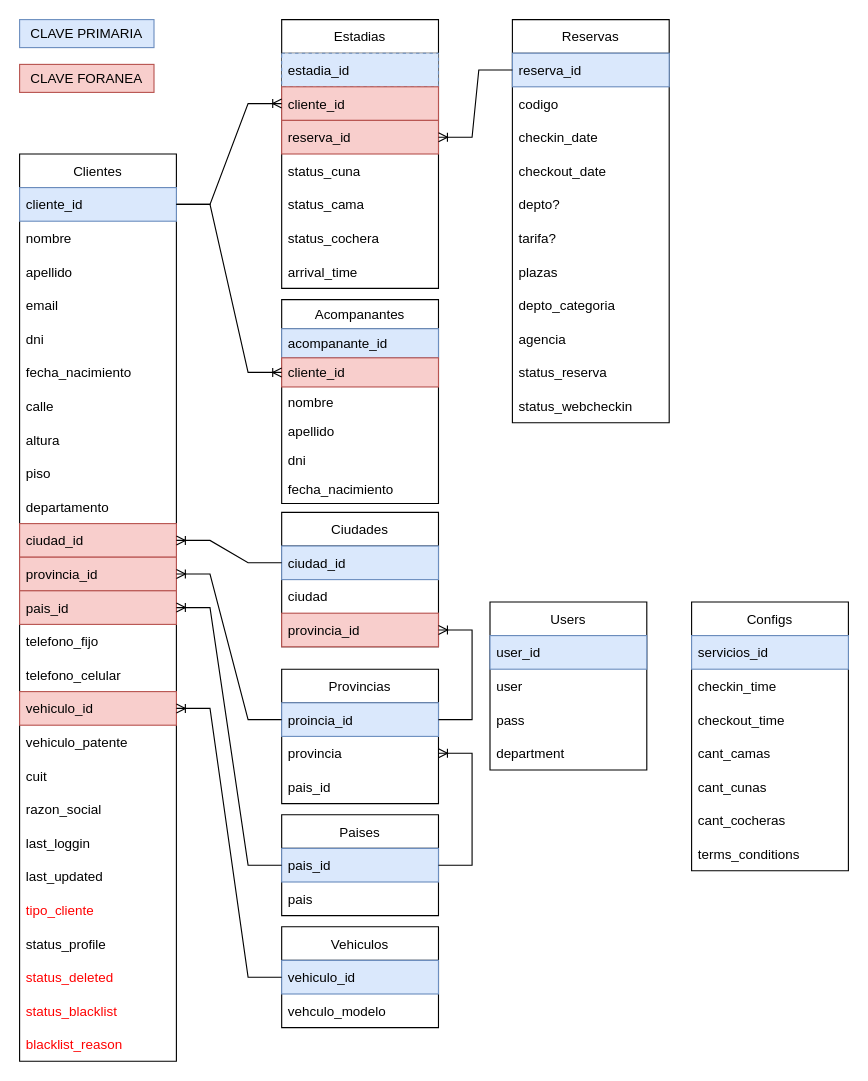
Earlier version of the draw.io diagram page "DB" (1 of 6) of web-checkin/hotel-web-checkin.drawio (danielo101/db-diagrams). Source tidied: cells renumbered, new cells numbered last; positions are measured from the earlier drawing's top-left corner, leaving out a move shared by most shapes. Both pictures are drawn from the tidied source at 112%, with x=0, y=0 at pixel (19, 19).
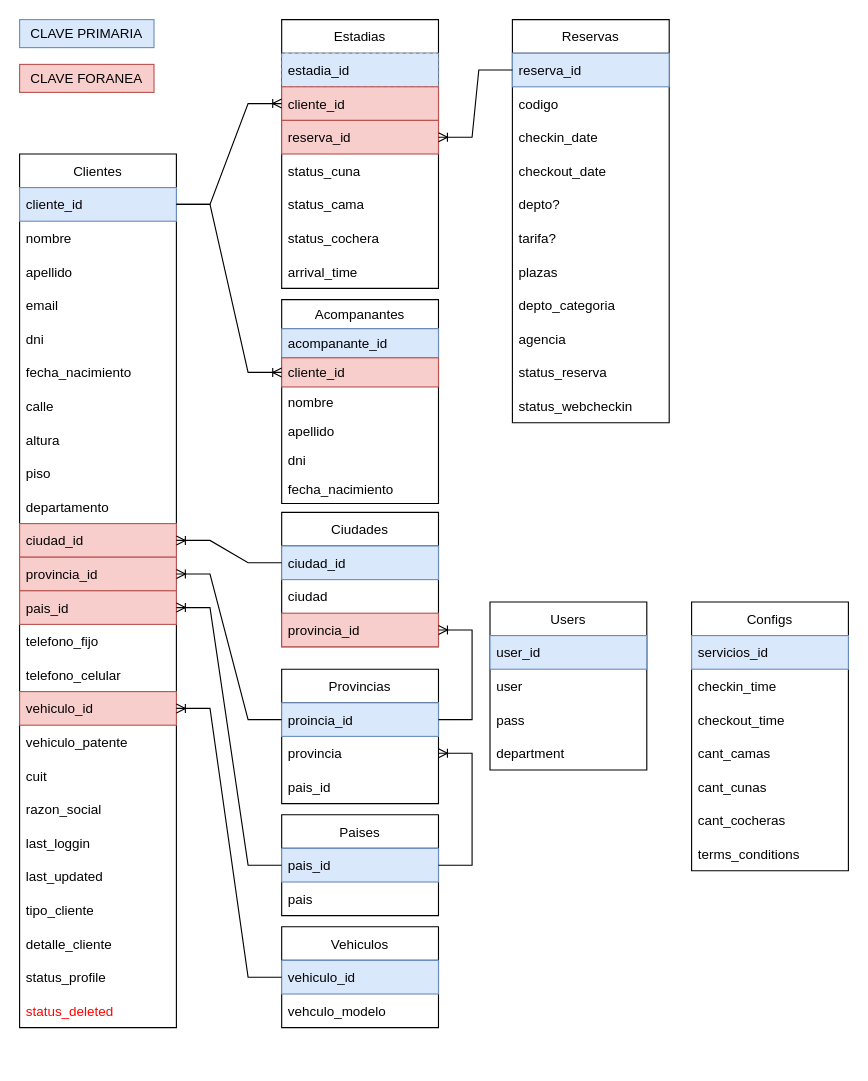
The same diagram, later.

Diff of the diagram source:
```diff
@@
     <mxCell id="19" value="Clientes" style="swimlane;fontStyle=0;horizontal=1;startSize=30;" parent="1" vertex="1">
-      <mxGeometry y="120" width="140" height="810" as="geometry" />
+      <mxGeometry y="120" width="140" height="780" as="geometry" />
     </mxCell>
@@
-    <mxCell id="41" value="tipo_cliente" style="text;strokeColor=none;fillColor=none;align=left;verticalAlign=middle;spacingLeft=4;spacingRight=4;overflow=hidden;fontColor=#FF0000;" parent="19" vertex="1">
+    <mxCell id="41" value="tipo_cliente" style="text;strokeColor=none;fillColor=none;align=left;verticalAlign=middle;spacingLeft=4;spacingRight=4;overflow=hidden;fontColor=#000000;" parent="19" vertex="1">
       <mxGeometry y="660" width="140" height="30" as="geometry" />
     </mxCell>
+    <mxCell id="45" value="detalle_cliente" style="text;strokeColor=none;fillColor=none;align=left;verticalAlign=middle;spacingLeft=4;spacingRight=4;overflow=hidden;fontColor=#000000;" parent="19" vertex="1">
+      <mxGeometry y="690" width="140" height="30" as="geometry" />
+    </mxCell>
     <mxCell id="42" value="status_profile" style="text;strokeColor=none;fillColor=none;align=left;verticalAlign=middle;spacingLeft=4;spacingRight=4;overflow=hidden;fontColor=#000000;" parent="19" vertex="1">
-      <mxGeometry y="690" width="140" height="30" as="geometry" />
+      <mxGeometry y="720" width="140" height="30" as="geometry" />
     </mxCell>
     <mxCell id="43" value="status_deleted" style="text;strokeColor=none;fillColor=none;align=left;verticalAlign=middle;spacingLeft=4;spacingRight=4;overflow=hidden;fontColor=#FF0000;" parent="19" vertex="1">
-      <mxGeometry y="720" width="140" height="30" as="geometry" />
+      <mxGeometry y="750" width="140" height="30" as="geometry" />
     </mxCell>
-    <mxCell id="44" value="status_blacklist" style="text;strokeColor=none;fillColor=none;align=left;verticalAlign=middle;spacingLeft=4;spacingRight=4;overflow=hidden;fontColor=#FF0000;" parent="19" vertex="1">
-      <mxGeometry y="750" width="140" height="30" as="geometry" />
-    </mxCell>
-    <mxCell id="45" value="blacklist_reason" style="text;strokeColor=none;fillColor=none;align=left;verticalAlign=middle;spacingLeft=4;spacingRight=4;overflow=hidden;fontColor=#FF0000;" parent="19" vertex="1">
-      <mxGeometry y="780" width="140" height="30" as="geometry" />
-    </mxCell>
```
